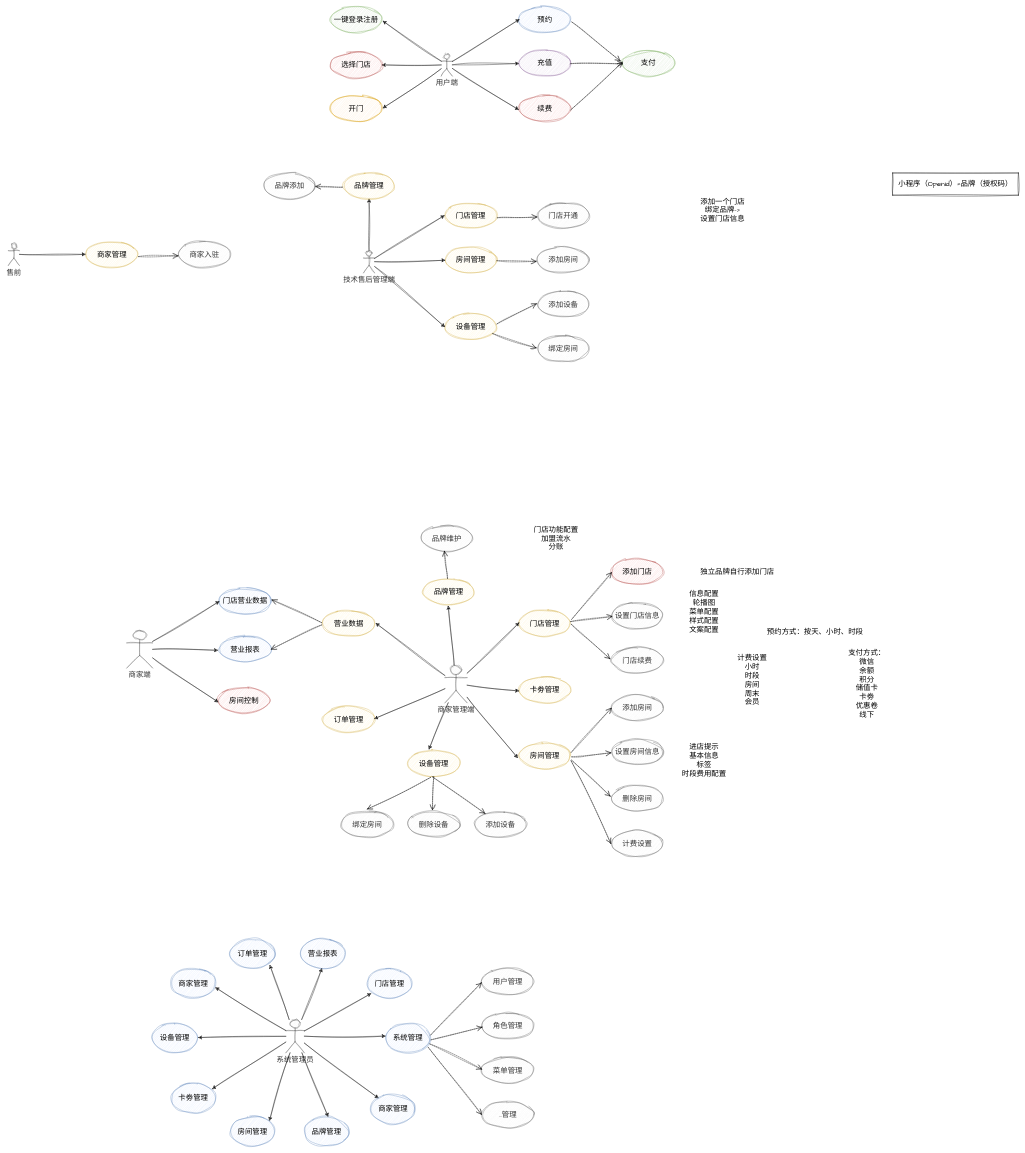
Before: 自助棋牌室.drawio in ErDanZi888/draw, a draw.io diagram. Source tidied: cells renumbered, new cells numbered last; positions are measured from the earlier drawing's top-left corner, leaving out a move shared by most shapes. Both pictures are drawn from the tidied source at 37%, with x=0, y=0 at pixel (8, 6).
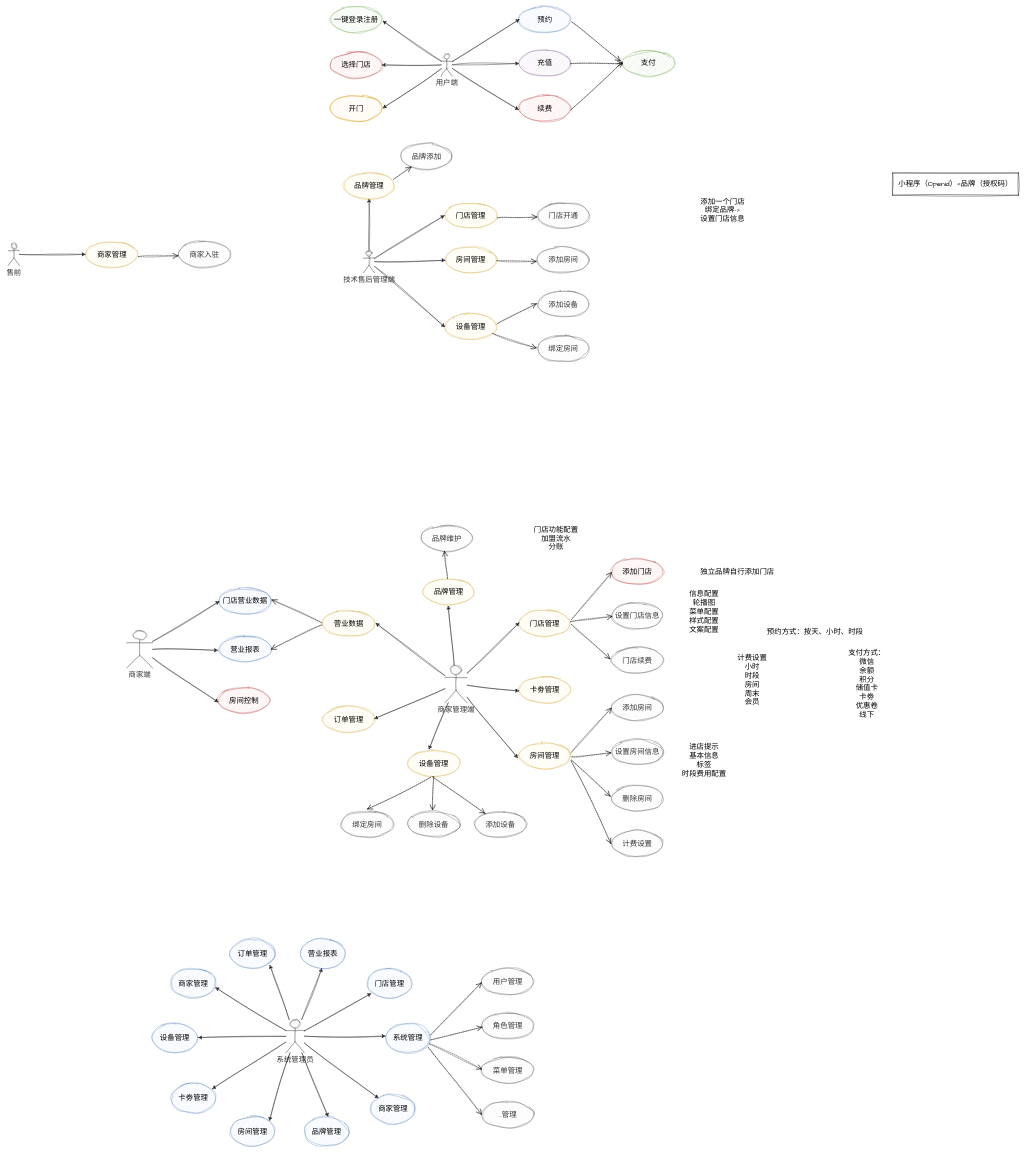
The same page after the edit.

Commit message:
更新自助棋牌室.drawio

Unchanged cells that the change refers to:
```xml
<mxCell id="89" value="品牌管理" style="ellipse;whiteSpace=wrap;html=1;sketch=1;hachureGap=4;jiggle=2;curveFitting=1;fontFamily=Architects Daughter;fontSize=20;fillColor=#fff2cc;strokeColor=#d6b656;" parent="1" vertex="1">
  <mxGeometry x="905" y="450" width="140" height="70" as="geometry" />
</mxCell>
```

What changed in the source:
```diff
@@
     <mxCell id="90" value="品牌添加" style="ellipse;whiteSpace=wrap;html=1;sketch=1;hachureGap=4;jiggle=2;curveFitting=1;fontFamily=Architects Daughter;fontSize=20;fillColor=#f5f5f5;strokeColor=#666666;fontColor=#333333;" parent="1" vertex="1">
-      <mxGeometry x="690" y="450" width="140" height="70" as="geometry" />
+      <mxGeometry x="1060" y="370" width="140" height="70" as="geometry" />
     </mxCell>
-    <mxCell id="91" style="endArrow=open;endSize=12;dashed=1;html=1;rounded=0;sketch=1;hachureGap=4;jiggle=2;curveFitting=1;fontFamily=Architects Daughter;fontSize=16;exitX=-0.014;exitY=0.548;exitDx=0;exitDy=0;exitPerimeter=0;" parent="1" edge="1" source="89" target="90">
+    <mxCell id="91" style="endArrow=open;endSize=12;dashed=1;html=1;rounded=0;sketch=1;hachureGap=4;jiggle=2;curveFitting=1;fontFamily=Architects Daughter;fontSize=16;exitX=0.971;exitY=0.243;exitDx=0;exitDy=0;exitPerimeter=0;" parent="1" edge="1" source="89" target="90">
       <mxGeometry relative="1" as="geometry" />
     </mxCell>
```
